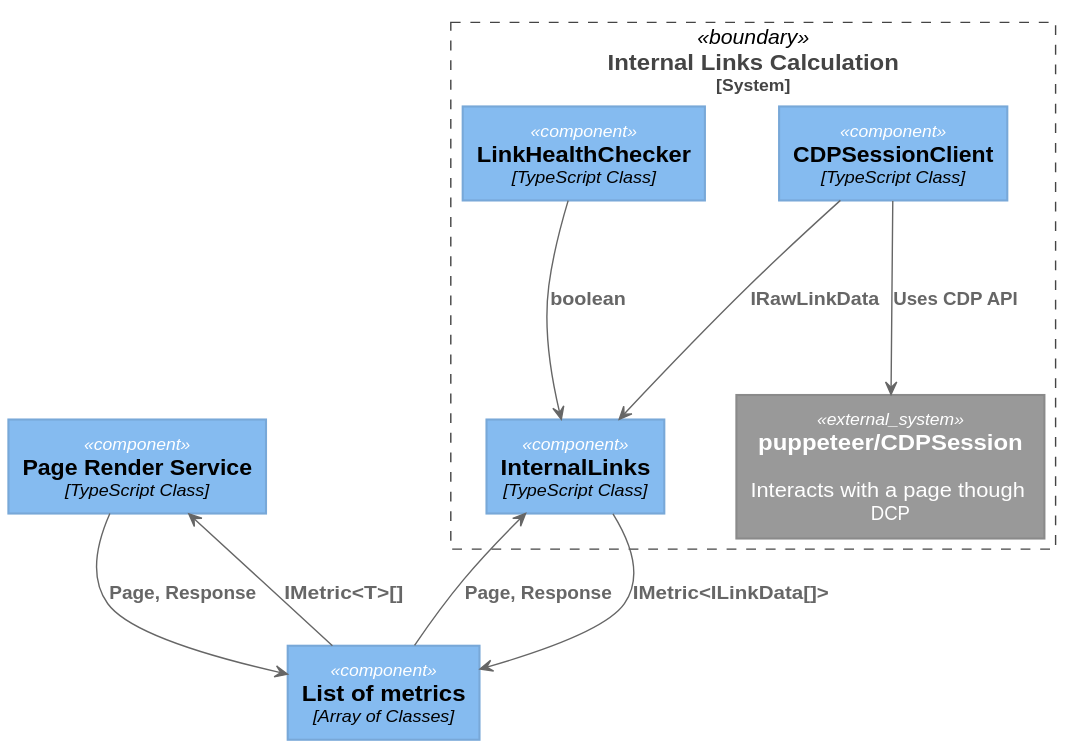
This is designs/out/designs/metrics/internal-links.svg from ali-habibzadeh/top10-seo-list-for-developers, a PlantUML export, as it was before one commit.
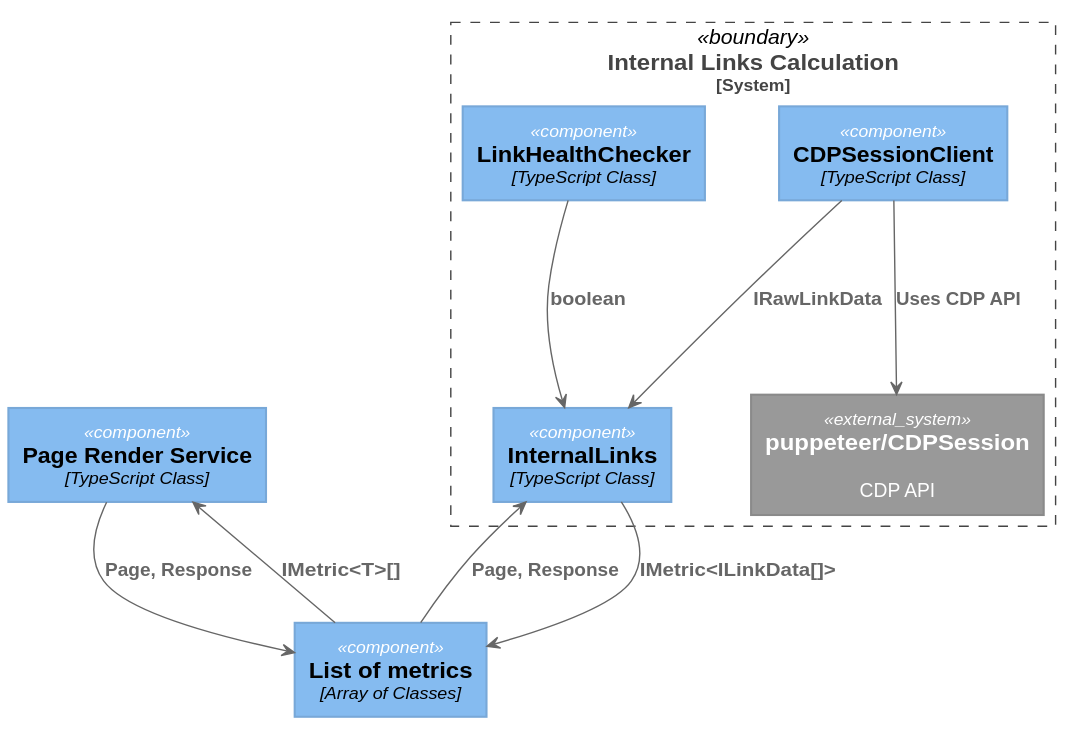
Above is the later version.

Diff of the diagram source:
```diff
@@ -453,7 +453,7 @@
     rectangle "==CDPSessionClient\n//<size:12>[TypeScript Class]</size>//" <<component>> as CDPSessionClient
     rectangle "==LinkHealthChecker\n//<size:12>[TypeScript Class]</size>//" <<component>> as LinkHealthChecker
 
-    rectangle "==puppeteer/CDPSession\n\n Interacts with a page though DCP" <<external_system>> as puppeteer
+    rectangle "==puppeteer/CDPSession\n\n CDP API" <<external_system>> as puppeteer
 
     metricsList --> PageRenderService : "===IMetric<T>[]"
     PageRenderService --> metricsList : "===Page, Response"
```
